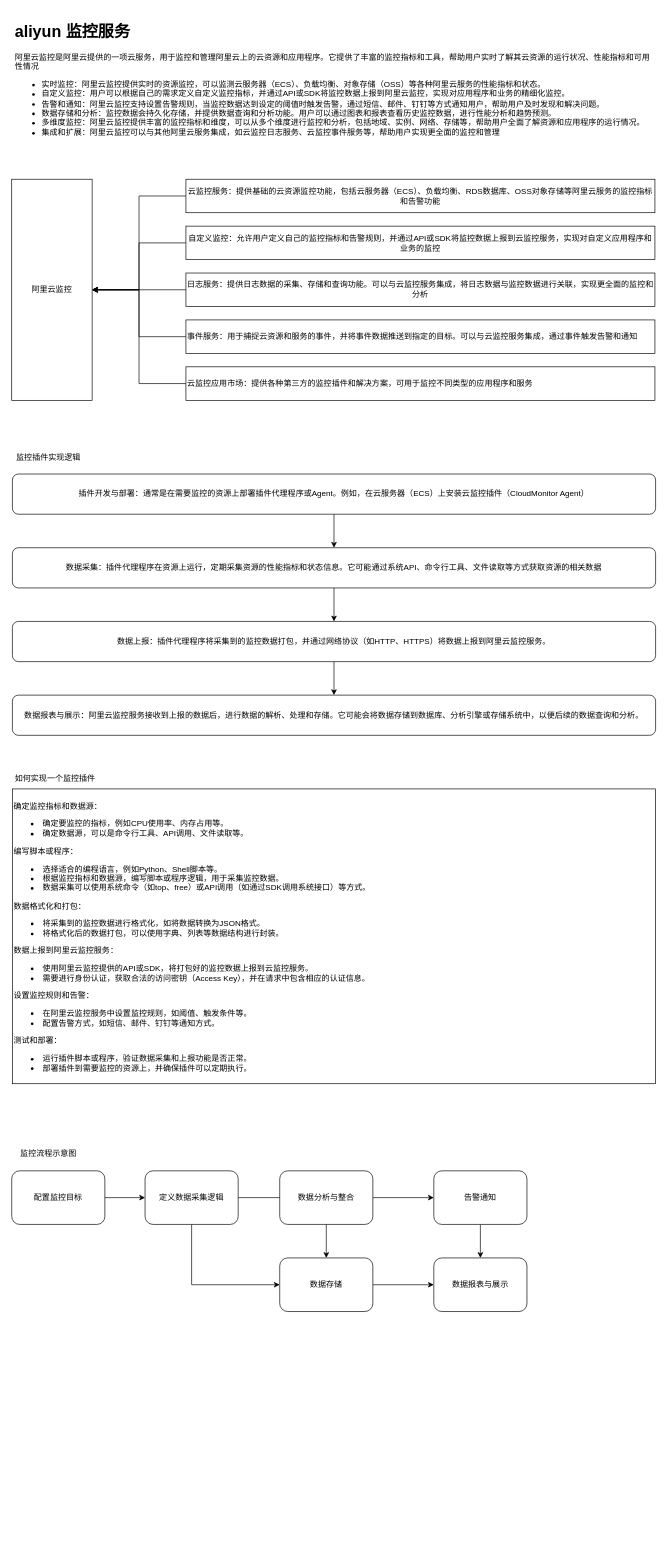
The draw.io diagram aliyun monitor.drawio in dengkefu/draw.io, before the edit. Source tidied: cells renumbered, new cells numbered last; positions are measured from the earlier drawing's top-left corner, leaving out a move shared by most shapes. Both pictures are drawn from the tidied source at 67%, with x=0, y=0 at pixel (11, 18).
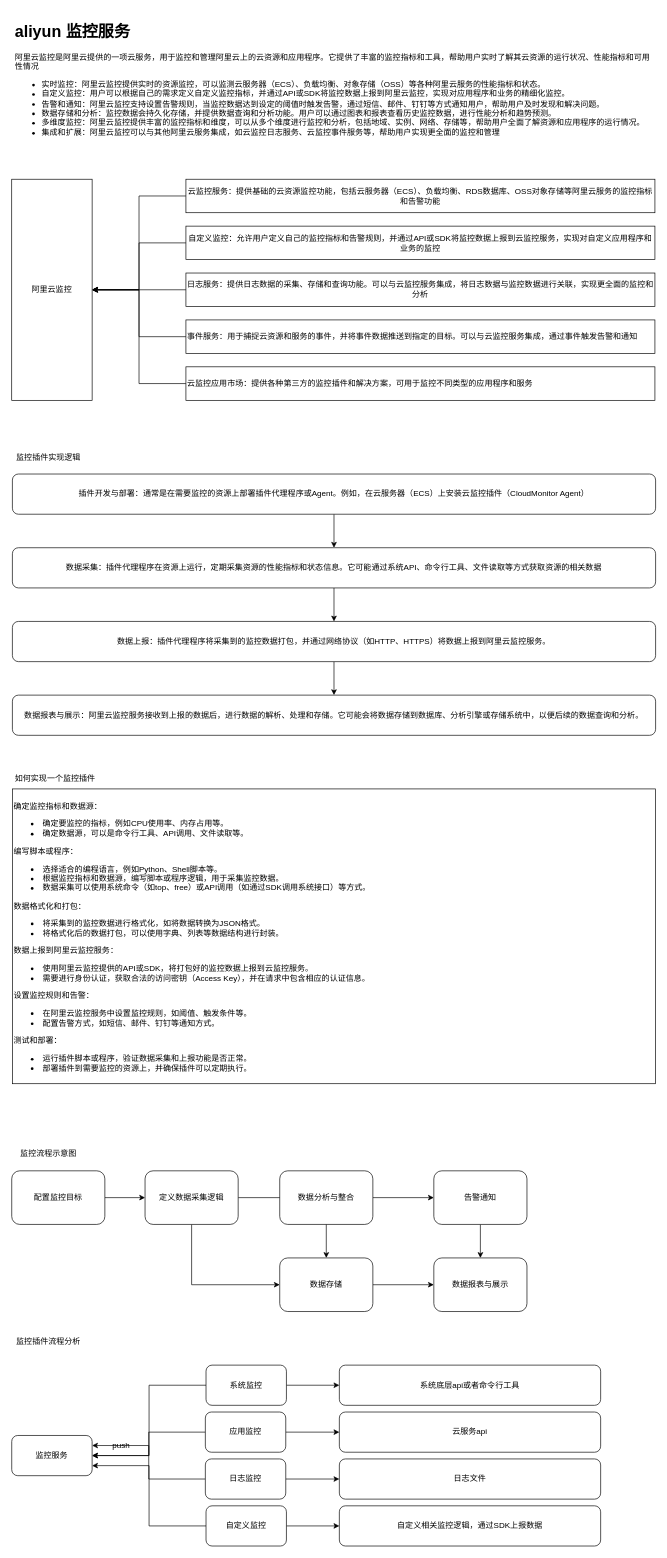
Above is the later version.

What changed in the source:
```diff
@@
+    <mxCell id="37" value="监控插件流程分析" style="text;html=1;strokeColor=none;fillColor=none;align=center;verticalAlign=middle;whiteSpace=wrap;rounded=0;" parent="1" vertex="1">
+      <mxGeometry y="1960" width="110" height="30" as="geometry" />
+    </mxCell>
+    <mxCell id="38" value="监控服务" style="rounded=1;whiteSpace=wrap;html=1;" parent="1" vertex="1">
+      <mxGeometry y="2115" width="120" height="60" as="geometry" />
+    </mxCell>
+    <mxCell id="39" style="edgeStyle=orthogonalEdgeStyle;rounded=0;jettySize=auto;html=1;exitX=0;exitY=0.5;exitDx=0;exitDy=0;entryX=1;entryY=0.5;entryDx=0;entryDy=0;" parent="1" edge="1" source="41" target="38">
+      <mxGeometry relative="1" as="geometry" />
+    </mxCell>
+    <mxCell id="40" style="edgeStyle=orthogonalEdgeStyle;rounded=0;jettySize=auto;html=1;exitX=1;exitY=0.5;exitDx=0;exitDy=0;entryX=0;entryY=0.5;entryDx=0;entryDy=0;" parent="1" edge="1" source="41" target="52">
+      <mxGeometry relative="1" as="geometry" />
+    </mxCell>
+    <mxCell id="41" value="系统监控" style="rounded=1;whiteSpace=wrap;html=1;" parent="1" vertex="1">
+      <mxGeometry x="290" y="2010" width="120" height="60" as="geometry" />
+    </mxCell>
+    <mxCell id="42" value="push" style="text;html=1;align=center;verticalAlign=middle;strokeColor=none;fillColor=none;" parent="1" vertex="1">
+      <mxGeometry x="138" y="2115" width="50" height="30" as="geometry" />
+    </mxCell>
+    <mxCell id="43" style="edgeStyle=orthogonalEdgeStyle;rounded=0;jettySize=auto;html=1;exitX=0;exitY=0.5;exitDx=0;exitDy=0;entryX=1;entryY=0.5;entryDx=0;entryDy=0;" parent="1" edge="1" source="45" target="38">
+      <mxGeometry relative="1" as="geometry" />
+    </mxCell>
+    <mxCell id="44" style="edgeStyle=orthogonalEdgeStyle;rounded=0;jettySize=auto;html=1;entryX=0;entryY=0.5;entryDx=0;entryDy=0;" parent="1" edge="1" source="45" target="53">
+      <mxGeometry relative="1" as="geometry" />
+    </mxCell>
+    <mxCell id="45" value="应用监控" style="rounded=1;whiteSpace=wrap;html=1;" parent="1" vertex="1">
+      <mxGeometry x="289" y="2080" width="120" height="60" as="geometry" />
+    </mxCell>
+    <mxCell id="46" style="edgeStyle=orthogonalEdgeStyle;rounded=0;jettySize=auto;html=1;entryX=1;entryY=0.25;entryDx=0;entryDy=0;" parent="1" edge="1" source="48" target="38">
+      <mxGeometry relative="1" as="geometry" />
+    </mxCell>
+    <mxCell id="47" style="edgeStyle=orthogonalEdgeStyle;rounded=0;jettySize=auto;html=1;" parent="1" edge="1" source="48" target="54">
+      <mxGeometry relative="1" as="geometry" />
+    </mxCell>
+    <mxCell id="48" value="日志监控" style="rounded=1;whiteSpace=wrap;html=1;" parent="1" vertex="1">
+      <mxGeometry x="289" y="2150" width="120" height="60" as="geometry" />
+    </mxCell>
+    <mxCell id="49" style="edgeStyle=orthogonalEdgeStyle;rounded=0;jettySize=auto;html=1;entryX=1;entryY=0.75;entryDx=0;entryDy=0;" parent="1" edge="1" source="51" target="38">
+      <mxGeometry relative="1" as="geometry" />
+    </mxCell>
+    <mxCell id="50" style="edgeStyle=orthogonalEdgeStyle;rounded=0;jettySize=auto;html=1;" parent="1" edge="1" source="51" target="55">
+      <mxGeometry relative="1" as="geometry" />
+    </mxCell>
+    <mxCell id="51" value="自定义监控" style="rounded=1;whiteSpace=wrap;html=1;" parent="1" vertex="1">
+      <mxGeometry x="290" y="2220" width="120" height="60" as="geometry" />
+    </mxCell>
+    <mxCell id="52" value="系统底层api或者命令行工具" style="rounded=1;whiteSpace=wrap;html=1;" parent="1" vertex="1">
+      <mxGeometry x="489" y="2010" width="390" height="60" as="geometry" />
+    </mxCell>
+    <mxCell id="53" value="云服务api" style="rounded=1;whiteSpace=wrap;html=1;" parent="1" vertex="1">
+      <mxGeometry x="489" y="2080" width="390" height="60" as="geometry" />
+    </mxCell>
+    <mxCell id="54" value="日志文件" style="rounded=1;whiteSpace=wrap;html=1;" parent="1" vertex="1">
+      <mxGeometry x="489" y="2150" width="390" height="60" as="geometry" />
+    </mxCell>
+    <mxCell id="55" value="自定义相关监控逻辑，通过SDK上报数据" style="rounded=1;whiteSpace=wrap;html=1;" parent="1" vertex="1">
+      <mxGeometry x="489" y="2220" width="390" height="60" as="geometry" />
+    </mxCell>
```
